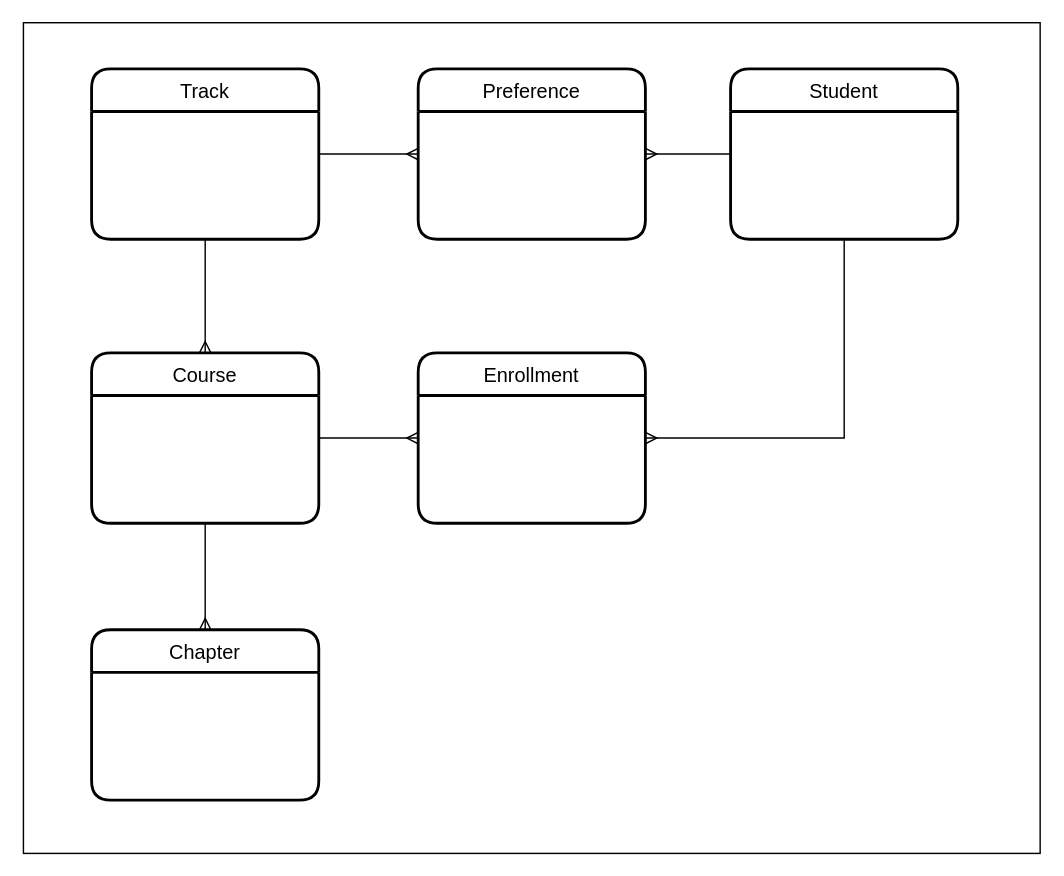
Earlier version of the draw.io diagram design/erd.drawio (gary-alway/sir-learn-a-lot). Source tidied: cells renumbered, new cells numbered last; positions are measured from the earlier drawing's top-left corner, leaving out a move shared by most shapes. Both pictures are drawn from the tidied source at 142%, with x=0, y=0 at pixel (23, 23).
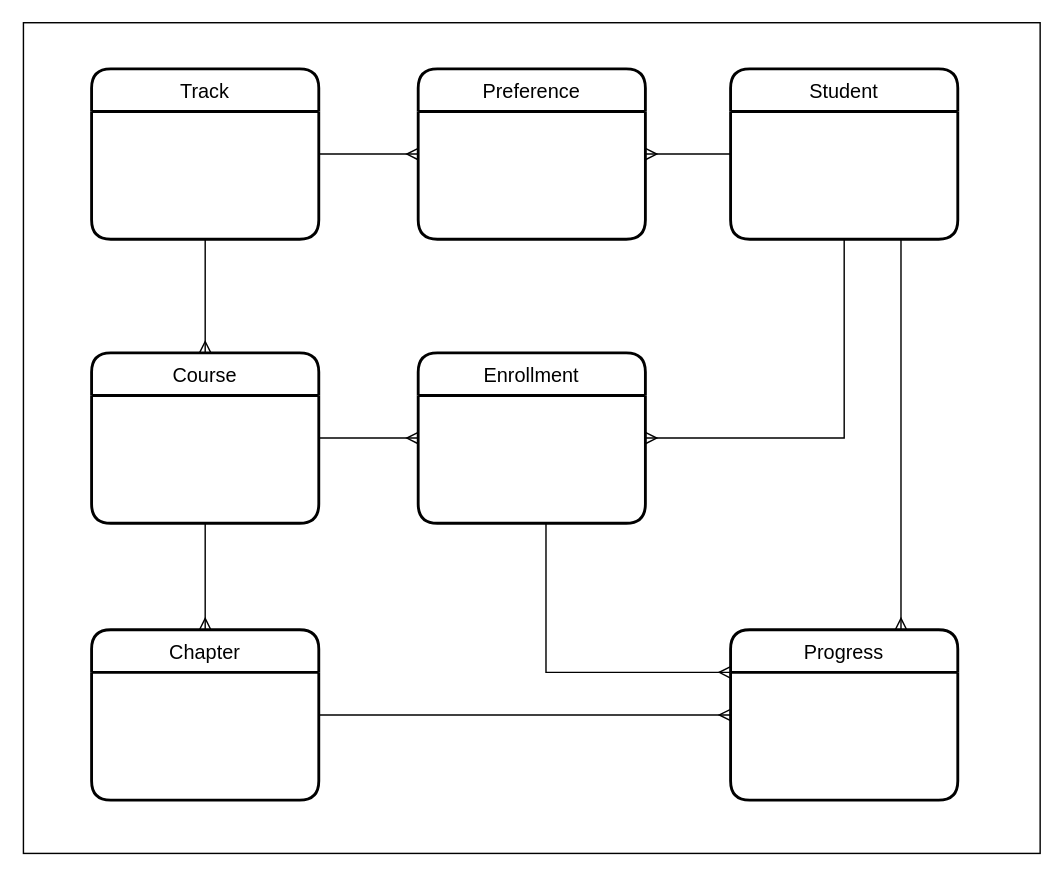
The same page after the edit.

Commit message (it also covers changes not shown here):
udpate ERD with progress requirement

The change refers to these unchanged cells:
```xml
<mxCell id="8" value="Chapter" style="swimlane;horizontal=1;startSize=30;rounded=1;fontSize=14;fontStyle=0;strokeWidth=2;shadow=0;dashed=0;align=center;strokeColor=#000000;" parent="1" vertex="1">
  <mxGeometry x="48" y="427" width="160" height="120" as="geometry" />
</mxCell>
<mxCell id="9" value="Student" style="swimlane;horizontal=1;startSize=30;rounded=1;fontSize=14;fontStyle=0;strokeWidth=2;shadow=0;dashed=0;align=center;strokeColor=#000000;" parent="1" vertex="1">
  <mxGeometry x="498" y="32" width="160" height="120" as="geometry" />
</mxCell>
<mxCell id="11" value="Enrollment" style="swimlane;horizontal=1;startSize=30;rounded=1;fontSize=14;fontStyle=0;strokeWidth=2;shadow=0;dashed=0;align=center;strokeColor=#000000;" parent="1" vertex="1">
  <mxGeometry x="278" y="232" width="160" height="120" as="geometry" />
</mxCell>
```

What changed in the source:
```diff
@@
+    <mxCell id="16" style="edgeStyle=orthogonalEdgeStyle;rounded=0;jettySize=auto;html=1;entryX=0;entryY=0.5;entryDx=0;entryDy=0;endArrow=ERmany;endFill=0;strokeColor=#000000;" parent="1" edge="1" source="8" target="19">
+      <mxGeometry relative="1" as="geometry" />
+    </mxCell>
@@
+    <mxCell id="17" style="edgeStyle=orthogonalEdgeStyle;rounded=0;jettySize=auto;html=1;exitX=0.75;exitY=1;exitDx=0;exitDy=0;entryX=0.75;entryY=0;entryDx=0;entryDy=0;strokeColor=#000000;endArrow=ERmany;endFill=0;" parent="1" edge="1" source="9" target="19">
+      <mxGeometry relative="1" as="geometry" />
+    </mxCell>
@@
+    <mxCell id="18" style="edgeStyle=orthogonalEdgeStyle;rounded=0;jettySize=auto;html=1;entryX=0;entryY=0.25;entryDx=0;entryDy=0;endArrow=ERmany;endFill=0;strokeColor=#000000;" parent="1" edge="1" source="11" target="19">
+      <mxGeometry relative="1" as="geometry">
+        <Array as="points">
+          <mxPoint x="368" y="457" />
+        </Array>
+      </mxGeometry>
+    </mxCell>
@@
+    <mxCell id="19" value="Progress" style="swimlane;horizontal=1;startSize=30;rounded=1;fontSize=14;fontStyle=0;strokeWidth=2;shadow=0;dashed=0;align=center;strokeColor=#000000;" parent="1" vertex="1">
+      <mxGeometry x="498" y="427" width="160" height="120" as="geometry" />
+    </mxCell>
```
